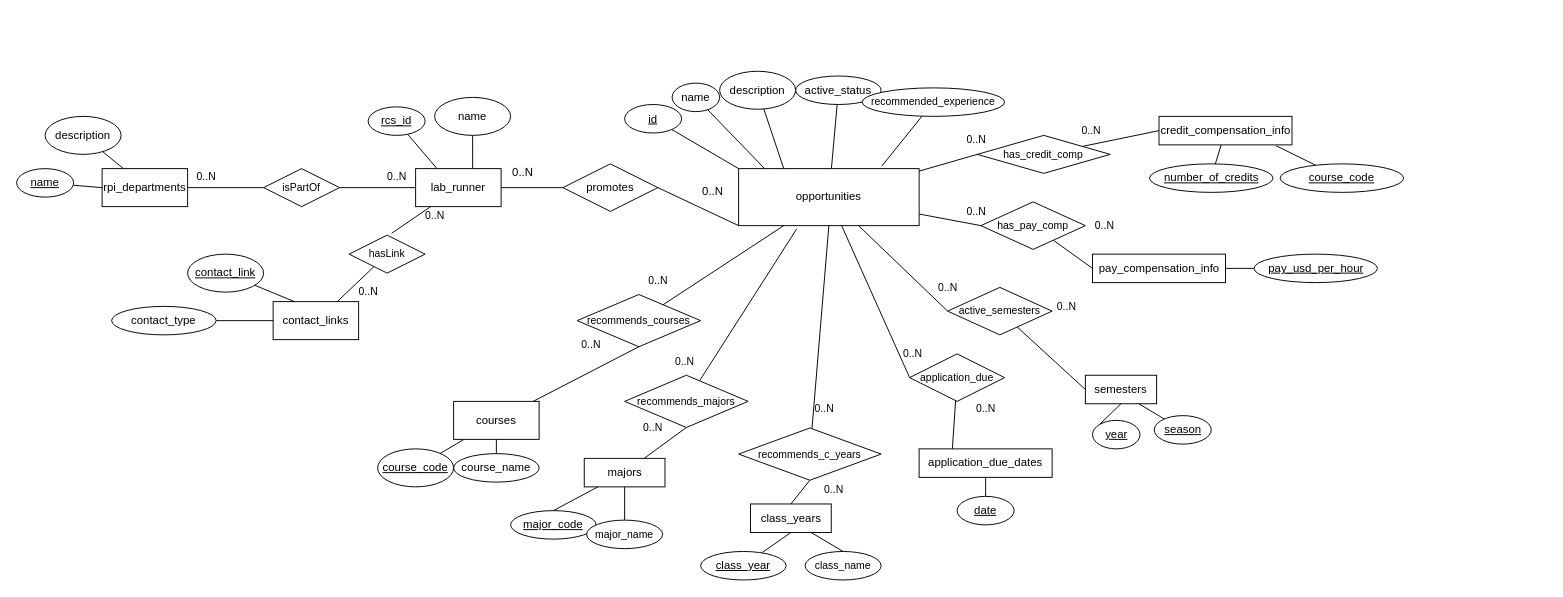
LabConnect-RCOS/LabConnect-Backend keeps this draw.io diagram as docs/database_docs/phase2_erd_sunny.drawio. Above is the earlier version. Source tidied: cells renumbered, new cells numbered last; positions are measured from the earlier drawing's top-left corner, leaving out a move shared by most shapes. Both pictures are drawn from the tidied source at 95%, with x=0, y=0 at pixel (16, 71).
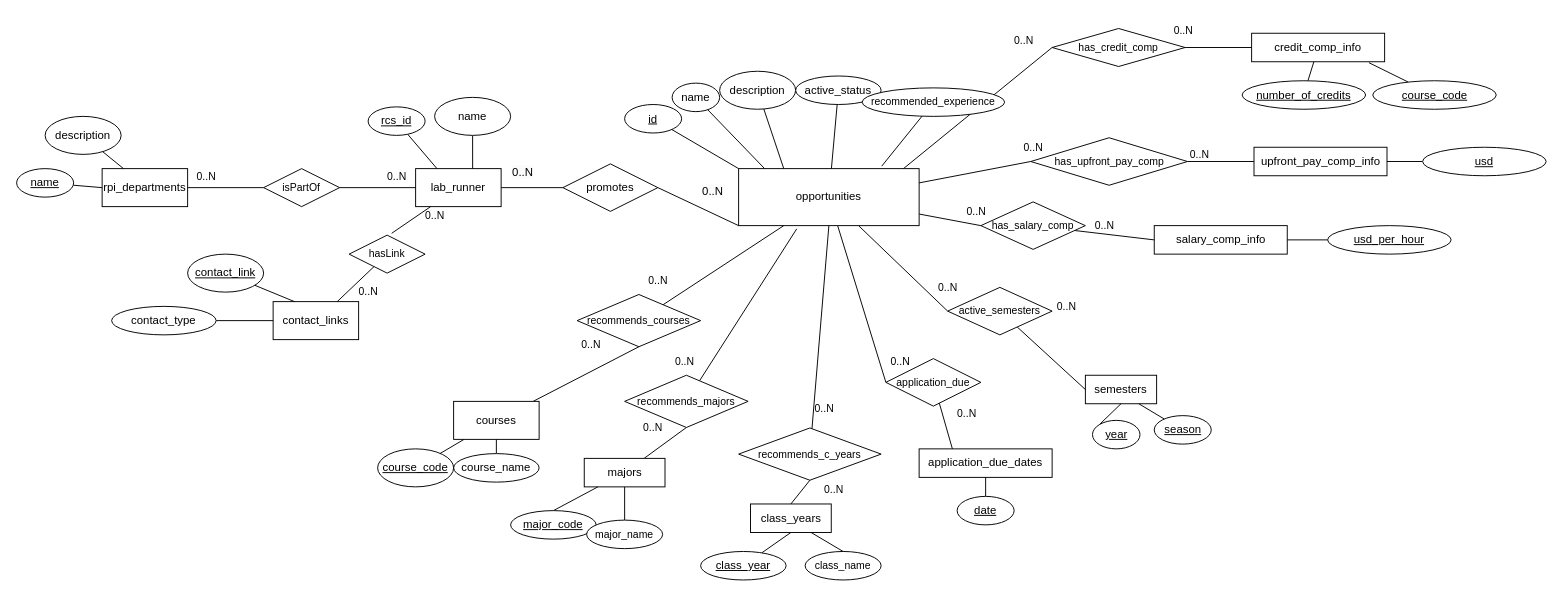
After the change.

Unchanged cells that the change refers to:
```xml
<mxCell id="6" value="opportunities" style="rounded=0;whiteSpace=wrap;html=1;" parent="1" vertex="1">
  <mxGeometry x="760" y="102" width="190" height="60" as="geometry" />
</mxCell>
```

Change to the diagram source:
```diff
@@
-    <mxCell id="5" style="edgeStyle=none;shape=connector;rounded=0;jettySize=auto;html=1;entryX=0;entryY=0.5;entryDx=0;entryDy=0;labelBackgroundColor=default;strokeColor=default;align=center;verticalAlign=middle;fontFamily=Helvetica;fontSize=11;fontColor=default;endArrow=none;endFill=0;" parent="1" edge="1" source="6" target="88">
+    <mxCell id="5" style="edgeStyle=none;shape=connector;rounded=0;jettySize=auto;html=1;entryX=0;entryY=0.5;entryDx=0;entryDy=0;labelBackgroundColor=default;strokeColor=default;align=center;verticalAlign=middle;fontFamily=Helvetica;fontSize=11;fontColor=default;endArrow=none;endFill=0;exitX=0.909;exitY=0.011;exitDx=0;exitDy=0;exitPerimeter=0;" parent="1" edge="1" source="6" target="88">
       <mxGeometry relative="1" as="geometry" />
     </mxCell>
@@
-    <mxCell id="40" value="pay_compensation_info" style="rounded=0;whiteSpace=wrap;html=1;" parent="1" vertex="1">
-      <mxGeometry x="1132.5" y="192" width="140" height="30" as="geometry" />
+    <mxCell id="40" value="salary_comp_info" style="rounded=0;whiteSpace=wrap;html=1;" parent="1" vertex="1">
+      <mxGeometry x="1197.5" y="162" width="140" height="30" as="geometry" />
     </mxCell>
@@
-    <mxCell id="42" value="&lt;u&gt;pay_usd_per_hour&lt;/u&gt;" style="ellipse;whiteSpace=wrap;html=1;" parent="1" vertex="1">
-      <mxGeometry x="1302.5" y="192" width="130" height="30" as="geometry" />
+    <mxCell id="42" value="&lt;u&gt;usd_per_hour&lt;/u&gt;" style="ellipse;whiteSpace=wrap;html=1;" parent="1" vertex="1">
+      <mxGeometry x="1380" y="162" width="130" height="30" as="geometry" />
     </mxCell>
-    <mxCell id="43" value="credit_compensation_info" style="rounded=0;whiteSpace=wrap;html=1;" parent="1" vertex="1">
-      <mxGeometry x="1202.5" y="47" width="140" height="30" as="geometry" />
+    <mxCell id="43" value="credit_comp_info" style="rounded=0;whiteSpace=wrap;html=1;" parent="1" vertex="1">
+      <mxGeometry x="1300" y="-40.5" width="140" height="30" as="geometry" />
     </mxCell>
@@
     <mxCell id="45" value="&lt;u&gt;number_of_credits&lt;/u&gt;" style="ellipse;whiteSpace=wrap;html=1;" parent="1" vertex="1">
-      <mxGeometry x="1192.5" y="97" width="130" height="30" as="geometry" />
+      <mxGeometry x="1290" y="9.5" width="130" height="30" as="geometry" />
     </mxCell>
@@
     <mxCell id="47" value="&lt;u&gt;course_code&lt;/u&gt;" style="ellipse;whiteSpace=wrap;html=1;" parent="1" vertex="1">
-      <mxGeometry x="1330" y="97" width="130" height="30" as="geometry" />
+      <mxGeometry x="1427.5" y="9.5" width="130" height="30" as="geometry" />
     </mxCell>
@@
     <mxCell id="82" value="application_due" style="rhombus;whiteSpace=wrap;html=1;fontFamily=Helvetica;fontSize=11;fontColor=default;" parent="1" vertex="1">
-      <mxGeometry x="940" y="297" width="100" height="50" as="geometry" />
+      <mxGeometry x="915" y="302" width="100" height="50" as="geometry" />
     </mxCell>
@@
-    <mxCell id="86" value="has_pay_comp" style="rhombus;whiteSpace=wrap;html=1;fontFamily=Helvetica;fontSize=11;fontColor=default;" parent="1" vertex="1">
+    <mxCell id="86" value="has_salary_comp" style="rhombus;whiteSpace=wrap;html=1;fontFamily=Helvetica;fontSize=11;fontColor=default;" parent="1" vertex="1">
       <mxGeometry x="1015" y="137" width="110" height="50" as="geometry" />
     </mxCell>
-    <mxCell id="87" style="edgeStyle=none;shape=connector;rounded=0;jettySize=auto;html=1;entryX=0;entryY=0.5;entryDx=0;entryDy=0;labelBackgroundColor=default;strokeColor=default;align=center;verticalAlign=middle;fontFamily=Helvetica;fontSize=11;fontColor=default;endArrow=none;endFill=0;" parent="1" edge="1" source="88" target="43">
+    <mxCell id="87" style="edgeStyle=none;shape=connector;rounded=0;jettySize=auto;html=1;entryX=0;entryY=0.5;entryDx=0;entryDy=0;labelBackgroundColor=default;strokeColor=default;align=center;verticalAlign=middle;fontFamily=Helvetica;fontSize=11;fontColor=default;endArrow=none;endFill=0;exitX=1;exitY=0.5;exitDx=0;exitDy=0;" parent="1" edge="1" source="88" target="43">
       <mxGeometry relative="1" as="geometry" />
     </mxCell>
     <mxCell id="88" value="has_credit_comp" style="rhombus;whiteSpace=wrap;html=1;fontFamily=Helvetica;fontSize=11;fontColor=default;" parent="1" vertex="1">
-      <mxGeometry x="1011.2" y="67" width="140" height="40" as="geometry" />
+      <mxGeometry x="1090" y="-45.5" width="140" height="40" as="geometry" />
     </mxCell>
@@
     <mxCell id="95" value="0..N" style="text;html=1;align=center;verticalAlign=middle;strokeColor=none;fillColor=none;fontSize=11;fontFamily=Helvetica;fontColor=default;" parent="1" vertex="1">
-      <mxGeometry x="1000" y="340" width="40" height="30" as="geometry" />
+      <mxGeometry x="980" y="344.5" width="40" height="30" as="geometry" />
     </mxCell>
     <mxCell id="96" value="0..N" style="text;html=1;align=center;verticalAlign=middle;strokeColor=none;fillColor=none;fontSize=11;fontFamily=Helvetica;fontColor=default;" parent="1" vertex="1">
-      <mxGeometry x="922.5" y="282" width="40" height="30" as="geometry" />
+      <mxGeometry x="910" y="289.5" width="40" height="30" as="geometry" />
     </mxCell>
@@
     <mxCell id="101" value="0..N" style="text;html=1;align=center;verticalAlign=middle;strokeColor=none;fillColor=none;fontSize=11;fontFamily=Helvetica;fontColor=default;" parent="1" vertex="1">
-      <mxGeometry x="1111.2" y="47" width="40" height="30" as="geometry" />
+      <mxGeometry x="1207.5" y="-58" width="40" height="30" as="geometry" />
     </mxCell>
     <mxCell id="102" value="0..N" style="text;html=1;align=center;verticalAlign=middle;strokeColor=none;fillColor=none;fontSize=11;fontFamily=Helvetica;fontColor=default;" parent="1" vertex="1">
-      <mxGeometry x="990" y="57" width="40" height="30" as="geometry" />
+      <mxGeometry x="1040" y="-48" width="40" height="30" as="geometry" />
     </mxCell>
@@
+    <mxCell id="111" value="upfront_pay_comp_info" style="rounded=0;whiteSpace=wrap;html=1;" parent="1" vertex="1">
+      <mxGeometry x="1302.5" y="79.5" width="140" height="30" as="geometry" />
+    </mxCell>
+    <mxCell id="112" style="rounded=0;jettySize=auto;html=1;entryX=1;entryY=0.5;entryDx=0;entryDy=0;endArrow=none;endFill=0;" parent="1" edge="1" source="113" target="111">
+      <mxGeometry relative="1" as="geometry" />
+    </mxCell>
+    <mxCell id="113" value="&lt;u&gt;usd&lt;br&gt;&lt;/u&gt;" style="ellipse;whiteSpace=wrap;html=1;" parent="1" vertex="1">
+      <mxGeometry x="1480" y="79.5" width="130" height="30" as="geometry" />
+    </mxCell>
+    <mxCell id="114" style="edgeStyle=none;shape=connector;rounded=0;jettySize=auto;html=1;entryX=0;entryY=0.5;entryDx=0;entryDy=0;labelBackgroundColor=default;strokeColor=default;align=center;verticalAlign=middle;fontFamily=Helvetica;fontSize=11;fontColor=default;endArrow=none;endFill=0;" parent="1" edge="1" source="116" target="111">
+      <mxGeometry relative="1" as="geometry" />
+    </mxCell>
+    <mxCell id="115" style="rounded=0;jettySize=auto;html=1;entryX=1;entryY=0.25;entryDx=0;entryDy=0;endArrow=none;endFill=0;exitX=0;exitY=0.5;exitDx=0;exitDy=0;" parent="1" edge="1" source="116" target="6">
+      <mxGeometry relative="1" as="geometry" />
+    </mxCell>
+    <mxCell id="116" value="has_upfront_pay_comp" style="rhombus;whiteSpace=wrap;html=1;fontFamily=Helvetica;fontSize=11;fontColor=default;" parent="1" vertex="1">
+      <mxGeometry x="1067.5" y="69.5" width="165" height="50" as="geometry" />
+    </mxCell>
+    <mxCell id="117" value="0..N" style="text;html=1;align=center;verticalAlign=middle;strokeColor=none;fillColor=none;fontSize=11;fontFamily=Helvetica;fontColor=default;" parent="1" vertex="1">
+      <mxGeometry x="1225" y="72" width="40" height="30" as="geometry" />
+    </mxCell>
+    <mxCell id="118" value="0..N" style="text;html=1;align=center;verticalAlign=middle;strokeColor=none;fillColor=none;fontSize=11;fontFamily=Helvetica;fontColor=default;" parent="1" vertex="1">
+      <mxGeometry x="1050" y="64.5" width="40" height="30" as="geometry" />
+    </mxCell>
```
